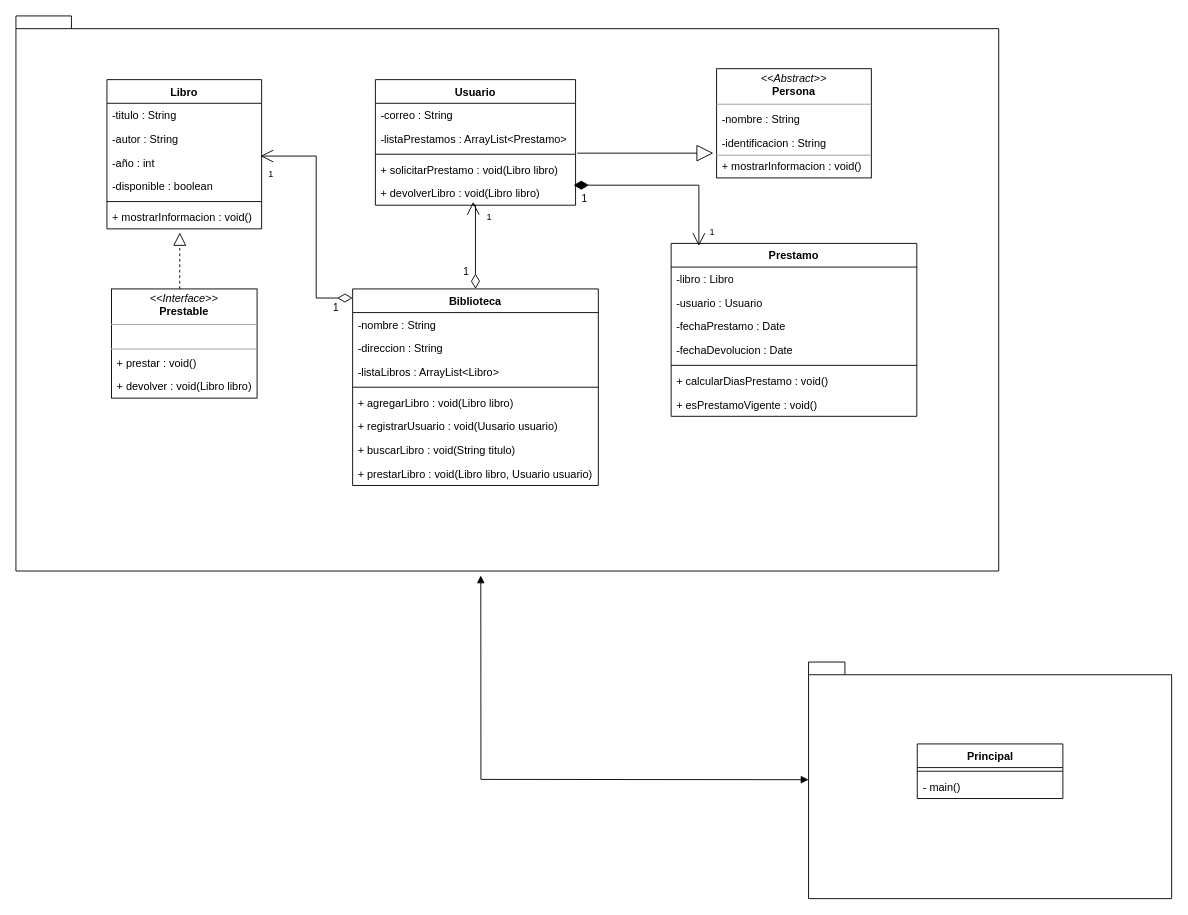
Above: Practica3-VerdugoWaltherYEspinozaJordy/Sistema de Gestión de Biblioteca.drawio in verdugong/UPS-java-POO (draw.io), before the change. Source tidied: cells renumbered, new cells numbered last; positions are measured from the earlier drawing's top-left corner, leaving out a move shared by most shapes. Both pictures are drawn from the tidied source at 91%, with x=0, y=0 at pixel (15, 15).
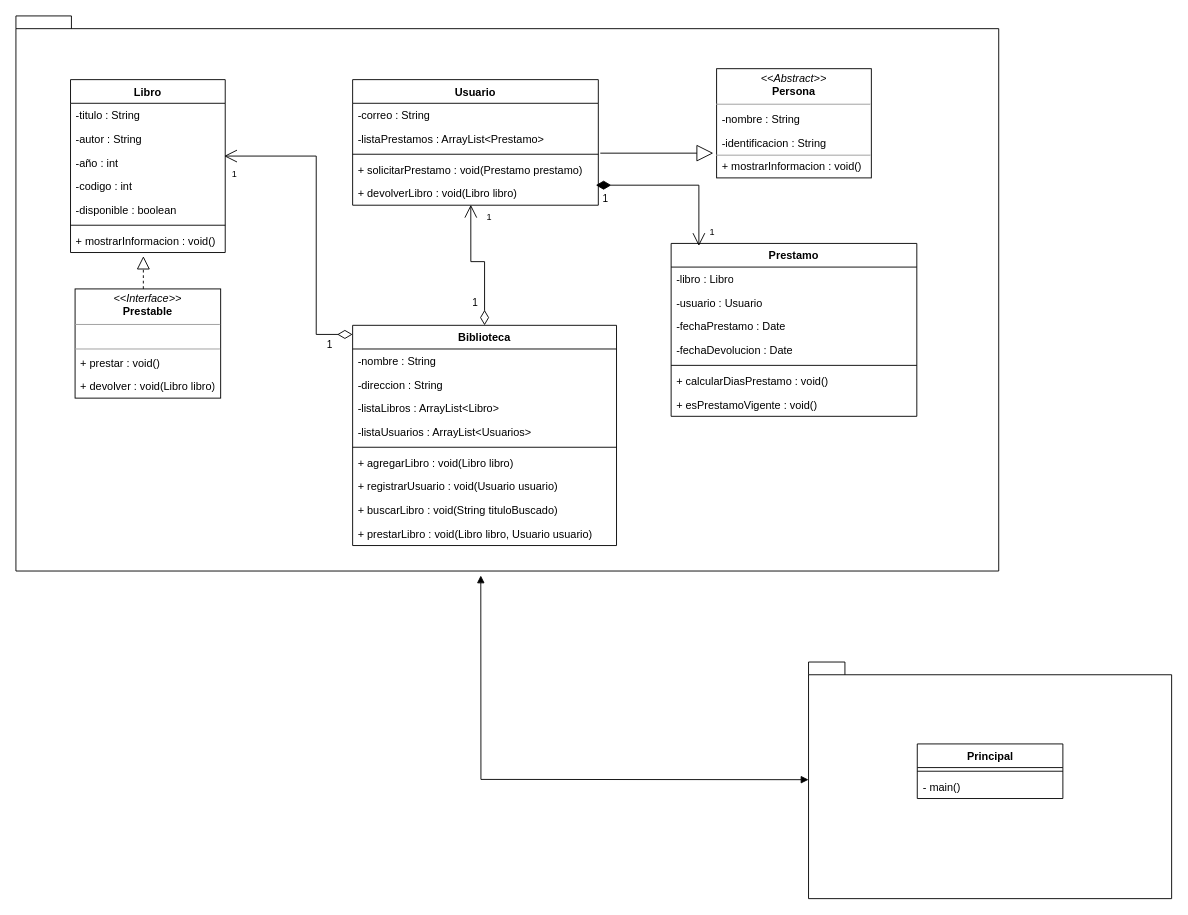
The same page after the edit.

Unchanged cells that the change refers to:
```xml
<mxCell id="30" value="-año : int" style="text;strokeColor=none;fillColor=none;align=left;verticalAlign=top;spacingLeft=4;spacingRight=4;overflow=hidden;points=[[0,0.5],[1,0.5]];portConstraint=eastwest;whiteSpace=wrap;html=1;" parent="27" vertex="1">
  <mxGeometry y="78" width="170" height="26" as="geometry" />
</mxCell>
```

Change to the diagram source:
```diff
@@
     <mxCell id="3" value="Biblioteca" style="swimlane;fontStyle=1;align=center;verticalAlign=top;horizontal=1;startSize=26;whiteSpace=wrap;html=1;" parent="1" vertex="1">
-      <mxGeometry x="370" y="300" width="270" height="216" as="geometry" />
+      <mxGeometry x="370" y="340" width="290" height="242" as="geometry" />
     </mxCell>
     <mxCell id="4" value="1" style="endArrow=open;html=1;endSize=12;startArrow=diamondThin;startSize=14;startFill=0;edgeStyle=orthogonalEdgeStyle;align=left;verticalAlign=bottom;rounded=0;entryX=0.993;entryY=0.231;entryDx=0;entryDy=0;entryPerimeter=0;" parent="3" edge="1" target="30">
       <mxGeometry x="-0.82" y="20" relative="1" as="geometry">
         <mxPoint y="10" as="sourcePoint" />
         <Array as="points">
           <mxPoint x="-40" y="10" />
-          <mxPoint x="-40" y="-146" />
+          <mxPoint x="-40" y="-186" />
         </Array>
       </mxGeometry>
     </mxCell>
     <mxCell id="5" value="-nombre : String" style="text;strokeColor=none;fillColor=none;align=left;verticalAlign=top;spacingLeft=4;spacingRight=4;overflow=hidden;whiteSpace=wrap;html=1;" parent="3" vertex="1">
-      <mxGeometry y="26" width="270" height="26" as="geometry" />
+      <mxGeometry y="26" width="290" height="26" as="geometry" />
     </mxCell>
     <mxCell id="6" value="-direccion : String" style="text;strokeColor=none;fillColor=none;align=left;verticalAlign=top;spacingLeft=4;spacingRight=4;overflow=hidden;whiteSpace=wrap;html=1;" parent="3" vertex="1">
-      <mxGeometry y="52" width="270" height="26" as="geometry" />
+      <mxGeometry y="52" width="290" height="26" as="geometry" />
     </mxCell>
     <mxCell id="7" value="-listaLibros : ArrayList&amp;lt;Libro&amp;gt;" style="text;strokeColor=none;fillColor=none;align=left;verticalAlign=top;spacingLeft=4;spacingRight=4;overflow=hidden;whiteSpace=wrap;html=1;" parent="3" vertex="1">
-      <mxGeometry y="78" width="270" height="26" as="geometry" />
+      <mxGeometry y="78" width="290" height="26" as="geometry" />
     </mxCell>
+    <mxCell id="53" value="-listaUsuarios : ArrayList&amp;lt;Usuarios&amp;gt;" style="text;strokeColor=none;fillColor=none;align=left;verticalAlign=top;spacingLeft=4;spacingRight=4;overflow=hidden;whiteSpace=wrap;html=1;" parent="3" vertex="1">
+      <mxGeometry y="104" width="290" height="26" as="geometry" />
+    </mxCell>
     <mxCell id="8" style="line;strokeWidth=1;fillColor=none;align=left;verticalAlign=middle;spacingTop=-1;spacingLeft=3;spacingRight=3;labelPosition=right;strokeColor=inherit;" parent="3" vertex="1">
-      <mxGeometry y="104" width="270" height="8" as="geometry" />
+      <mxGeometry y="130" width="290" height="8" as="geometry" />
     </mxCell>
     <mxCell id="9" value="+ agregarLibro : void(Libro libro)" style="text;strokeColor=none;fillColor=none;align=left;verticalAlign=top;spacingLeft=4;spacingRight=4;overflow=hidden;whiteSpace=wrap;html=1;" parent="3" vertex="1">
-      <mxGeometry y="112" width="270" height="26" as="geometry" />
+      <mxGeometry y="138" width="290" height="26" as="geometry" />
     </mxCell>
-    <mxCell id="10" value="+ registrarUsuario : void(Uusario usuario)" style="text;strokeColor=none;fillColor=none;align=left;verticalAlign=top;spacingLeft=4;spacingRight=4;overflow=hidden;whiteSpace=wrap;html=1;" parent="3" vertex="1">
-      <mxGeometry y="138" width="270" height="26" as="geometry" />
+    <mxCell id="10" value="+ registrarUsuario : void(Usuario usuario)" style="text;strokeColor=none;fillColor=none;align=left;verticalAlign=top;spacingLeft=4;spacingRight=4;overflow=hidden;whiteSpace=wrap;html=1;" parent="3" vertex="1">
+      <mxGeometry y="164" width="290" height="26" as="geometry" />
     </mxCell>
-    <mxCell id="11" value="+ buscarLibro : void(String titulo)" style="text;strokeColor=none;fillColor=none;align=left;verticalAlign=top;spacingLeft=4;spacingRight=4;overflow=hidden;whiteSpace=wrap;html=1;" parent="3" vertex="1">
-      <mxGeometry y="164" width="270" height="26" as="geometry" />
+    <mxCell id="11" value="+ buscarLibro : void(String tituloBuscado)" style="text;strokeColor=none;fillColor=none;align=left;verticalAlign=top;spacingLeft=4;spacingRight=4;overflow=hidden;whiteSpace=wrap;html=1;" parent="3" vertex="1">
+      <mxGeometry y="190" width="290" height="26" as="geometry" />
     </mxCell>
     <mxCell id="12" value="+ prestarLibro : void(Libro libro, Usuario usuario)" style="text;strokeColor=none;fillColor=none;align=left;verticalAlign=top;spacingLeft=4;spacingRight=4;overflow=hidden;whiteSpace=wrap;html=1;" parent="3" vertex="1">
-      <mxGeometry y="190" width="270" height="26" as="geometry" />
+      <mxGeometry y="216" width="290" height="26" as="geometry" />
     </mxCell>
@@
     <mxCell id="17" value="Usuario" style="swimlane;fontStyle=1;align=center;verticalAlign=top;horizontal=1;startSize=26;whiteSpace=wrap;html=1;" parent="1" vertex="1">
-      <mxGeometry x="395" y="70" width="220" height="138" as="geometry" />
+      <mxGeometry x="370" y="70" width="270" height="138" as="geometry" />
     </mxCell>
     <mxCell id="18" value="-correo : String" style="text;strokeColor=none;fillColor=none;align=left;verticalAlign=top;spacingLeft=4;spacingRight=4;overflow=hidden;whiteSpace=wrap;html=1;" parent="17" vertex="1">
-      <mxGeometry y="26" width="220" height="26" as="geometry" />
+      <mxGeometry y="26" width="270" height="26" as="geometry" />
     </mxCell>
     <mxCell id="19" value="-listaPrestamos : ArrayList&amp;lt;Prestamo&amp;gt;" style="text;strokeColor=none;fillColor=none;align=left;verticalAlign=top;spacingLeft=4;spacingRight=4;overflow=hidden;points=[[0,0.5],[1,0.5]];portConstraint=eastwest;whiteSpace=wrap;html=1;" parent="17" vertex="1">
-      <mxGeometry y="52" width="220" height="26" as="geometry" />
+      <mxGeometry y="52" width="270" height="26" as="geometry" />
     </mxCell>
     <mxCell id="20" style="line;strokeWidth=1;fillColor=none;align=left;verticalAlign=middle;spacingTop=-1;spacingLeft=3;spacingRight=3;labelPosition=right;strokeColor=inherit;" parent="17" vertex="1">
-      <mxGeometry y="78" width="220" height="8" as="geometry" />
+      <mxGeometry y="78" width="270" height="8" as="geometry" />
     </mxCell>
-    <mxCell id="21" value="+ solicitarPrestamo : void(Libro libro)" style="text;strokeColor=none;fillColor=none;align=left;verticalAlign=top;spacingLeft=4;spacingRight=4;overflow=hidden;whiteSpace=wrap;html=1;" parent="17" vertex="1">
-      <mxGeometry y="86" width="220" height="26" as="geometry" />
+    <mxCell id="21" value="+ solicitarPrestamo : void(Prestamo prestamo)" style="text;strokeColor=none;fillColor=none;align=left;verticalAlign=top;spacingLeft=4;spacingRight=4;overflow=hidden;whiteSpace=wrap;html=1;" parent="17" vertex="1">
+      <mxGeometry y="86" width="270" height="26" as="geometry" />
     </mxCell>
     <mxCell id="22" value="+ devolverLibro : void(Libro libro)" style="text;strokeColor=none;fillColor=none;align=left;verticalAlign=top;spacingLeft=4;spacingRight=4;overflow=hidden;points=[[0,0.5],[1,0.5]];portConstraint=eastwest;whiteSpace=wrap;html=1;" parent="17" vertex="1">
-      <mxGeometry y="112" width="220" height="26" as="geometry" />
+      <mxGeometry y="112" width="270" height="26" as="geometry" />
     </mxCell>
@@
     <mxCell id="24" value="&lt;p style=&quot;margin:0px;margin-top:4px;text-align:center;&quot;&gt;&lt;i&gt;&amp;lt;&amp;lt;Interface&amp;gt;&amp;gt;&lt;/i&gt;&lt;br&gt;&lt;b&gt;Prestable&lt;/b&gt;&lt;/p&gt;&lt;hr size=&quot;1&quot;&gt;&lt;p style=&quot;margin:0px;margin-left:4px;&quot;&gt;&lt;br&gt;&lt;/p&gt;&lt;hr size=&quot;1&quot;&gt;&lt;p style=&quot;margin:0px;margin-left:4px;&quot;&gt;&lt;br&gt;&lt;/p&gt;" style="verticalAlign=top;align=left;overflow=fill;fontSize=12;fontFamily=Helvetica;html=1;whiteSpace=wrap;" parent="1" vertex="1">
-      <mxGeometry x="105" y="300" width="160" height="120" as="geometry" />
+      <mxGeometry x="65" y="300" width="160" height="120" as="geometry" />
     </mxCell>
     <mxCell id="25" value="+ prestar : void()" style="text;strokeColor=none;fillColor=none;align=left;verticalAlign=top;spacingLeft=4;spacingRight=4;overflow=hidden;whiteSpace=wrap;html=1;" parent="1" vertex="1">
-      <mxGeometry x="105" y="368" width="160" height="26" as="geometry" />
+      <mxGeometry x="65" y="368" width="160" height="26" as="geometry" />
     </mxCell>
     <mxCell id="26" value="+ devolver : void(Libro libro)" style="text;strokeColor=none;fillColor=none;align=left;verticalAlign=top;spacingLeft=4;spacingRight=4;overflow=hidden;whiteSpace=wrap;html=1;" parent="1" vertex="1">
-      <mxGeometry x="105" y="394" width="160" height="26" as="geometry" />
+      <mxGeometry x="65" y="394" width="160" height="26" as="geometry" />
     </mxCell>
     <mxCell id="27" value="Libro" style="swimlane;fontStyle=1;align=center;verticalAlign=top;horizontal=1;startSize=26;whiteSpace=wrap;html=1;" parent="1" vertex="1">
-      <mxGeometry x="100" y="70" width="170" height="164" as="geometry" />
+      <mxGeometry x="60" y="70" width="170" height="190" as="geometry" />
     </mxCell>
@@
+    <mxCell id="54" value="-codigo : int" style="text;strokeColor=none;fillColor=none;align=left;verticalAlign=top;spacingLeft=4;spacingRight=4;overflow=hidden;whiteSpace=wrap;html=1;" parent="27" vertex="1">
+      <mxGeometry y="104" width="170" height="26" as="geometry" />
+    </mxCell>
     <mxCell id="31" value="-disponible : boolean" style="text;strokeColor=none;fillColor=none;align=left;verticalAlign=top;spacingLeft=4;spacingRight=4;overflow=hidden;whiteSpace=wrap;html=1;" parent="27" vertex="1">
-      <mxGeometry y="104" width="170" height="26" as="geometry" />
+      <mxGeometry y="130" width="170" height="26" as="geometry" />
     </mxCell>
     <mxCell id="32" style="line;strokeWidth=1;fillColor=none;align=left;verticalAlign=middle;spacingTop=-1;spacingLeft=3;spacingRight=3;labelPosition=right;strokeColor=inherit;" parent="27" vertex="1">
-      <mxGeometry y="130" width="170" height="8" as="geometry" />
+      <mxGeometry y="156" width="170" height="8" as="geometry" />
     </mxCell>
     <mxCell id="33" value="+ mostrarInformacion : void()" style="text;strokeColor=none;fillColor=none;align=left;verticalAlign=top;spacingLeft=4;spacingRight=4;overflow=hidden;points=[[0,0.5],[1,0.5]];portConstraint=eastwest;whiteSpace=wrap;html=1;" parent="27" vertex="1">
-      <mxGeometry y="138" width="170" height="26" as="geometry" />
+      <mxGeometry y="164" width="170" height="26" as="geometry" />
     </mxCell>
@@
     <mxCell id="42" style="endArrow=block;dashed=1;endFill=0;endSize=12;html=1;rounded=0;entryX=0.471;entryY=1.154;entryDx=0;entryDy=0;entryPerimeter=0;" parent="1" edge="1" target="33">
       <mxGeometry relative="1" as="geometry">
-        <mxPoint x="180" y="300" as="sourcePoint" />
+        <mxPoint x="140" y="300" as="sourcePoint" />
       </mxGeometry>
     </mxCell>
-    <mxCell id="43" value="1" style="endArrow=open;html=1;endSize=12;startArrow=diamondThin;startSize=14;startFill=0;edgeStyle=orthogonalEdgeStyle;align=left;verticalAlign=bottom;rounded=0;exitX=0.5;exitY=0;exitDx=0;exitDy=0;entryX=0.488;entryY=0.862;entryDx=0;entryDy=0;entryPerimeter=0;" parent="1" edge="1" source="3" target="22">
-      <mxGeometry x="-0.79" y="15" relative="1" as="geometry">
+    <mxCell id="43" value="1" style="endArrow=open;html=1;endSize=12;startArrow=diamondThin;startSize=14;startFill=0;edgeStyle=orthogonalEdgeStyle;align=left;verticalAlign=bottom;rounded=0;exitX=0.5;exitY=0;exitDx=0;exitDy=0;entryX=0.481;entryY=0.983;entryDx=0;entryDy=0;entryPerimeter=0;" parent="1" edge="1" source="3" target="22">
+      <mxGeometry x="-0.78" y="15" relative="1" as="geometry">
         <Array as="points">
-          <mxPoint x="505" y="208" />
-          <mxPoint x="502" y="208" />
+          <mxPoint x="515" y="270" />
+          <mxPoint x="500" y="270" />
         </Array>
       </mxGeometry>
     </mxCell>
     <mxCell id="44" value="&lt;span style=&quot;font-weight: 400;&quot;&gt;&lt;font style=&quot;font-size: 10px;&quot;&gt;1&lt;/font&gt;&lt;/span&gt;" style="text;align=center;fontStyle=1;verticalAlign=middle;spacingLeft=3;spacingRight=3;strokeColor=none;html=1;" parent="1" vertex="1">
-      <mxGeometry x="240" y="160" width="80" height="26" as="geometry" />
+      <mxGeometry x="200" y="160" width="80" height="26" as="geometry" />
     </mxCell>
```
